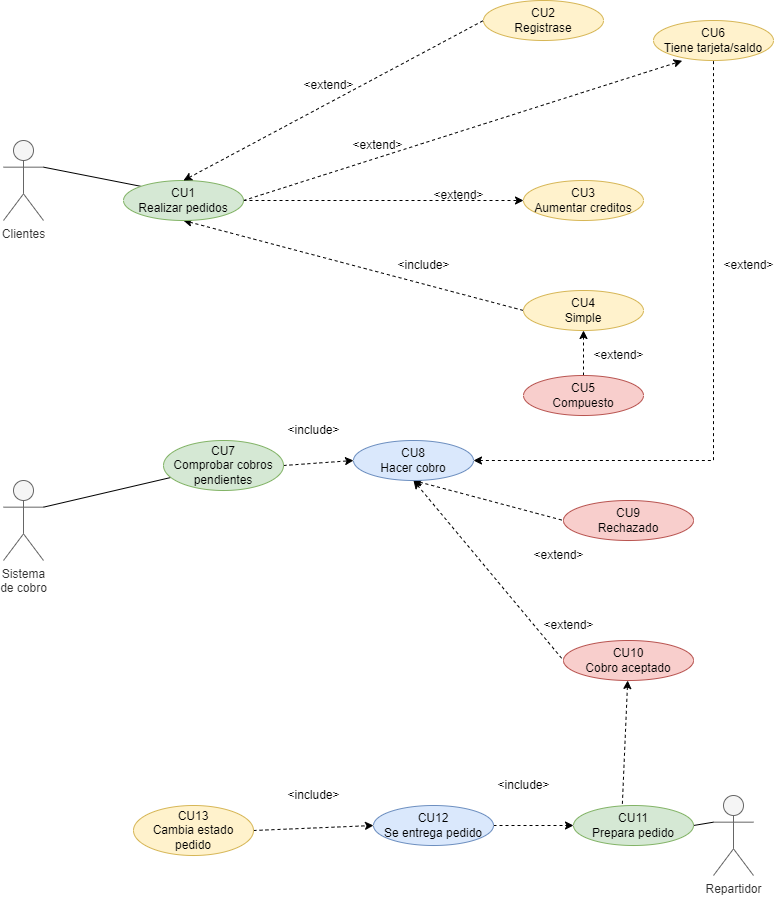
This is img/Tienda_virtual.drawio.png from Aeyoz/entornos-desarrollo, a draw.io export, as it was before one commit. Source tidied: cells renumbered, new cells last; positions are measured from the earlier drawing's top-left corner, leaving out a move shared by most shapes.
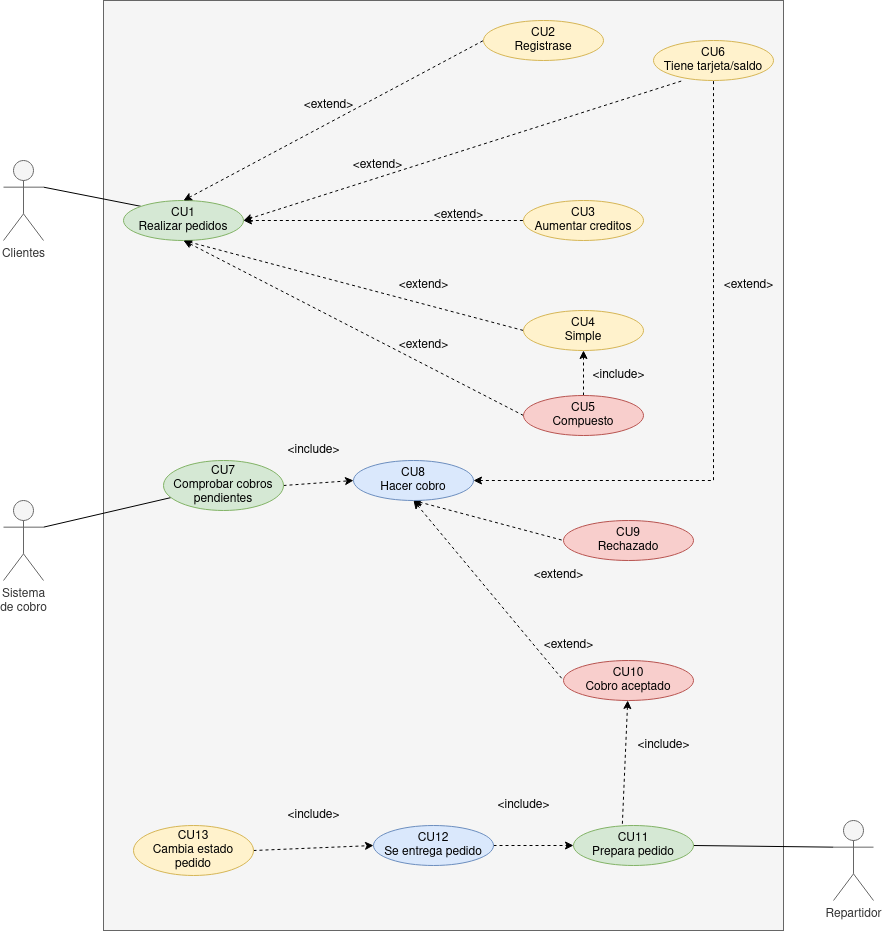
Above is the later version.

Diff of the diagram source:
```diff
@@ -2,6 +2,9 @@
   <root>
     <mxCell id="0" />
     <mxCell id="1" parent="0" />
+    <mxCell id="45" style="rounded=0;whiteSpace=wrap;html=1;fillColor=#f5f5f5;strokeColor=#666666;fontColor=#333333;" parent="1" vertex="1">
+      <mxGeometry x="100" y="-20" width="680" height="930" as="geometry" />
+    </mxCell>
     <mxCell id="2" style="rounded=0;jettySize=auto;html=1;exitX=1;exitY=0.3333333333333333;exitDx=0;exitDy=0;exitPerimeter=0;entryX=0;entryY=0;entryDx=0;entryDy=0;endArrow=none;endFill=0;" parent="1" edge="1" source="3" target="9">
       <mxGeometry relative="1" as="geometry" />
     </mxCell>
@@ -14,13 +17,13 @@
     <mxCell id="5" value="CU3&lt;br&gt;Aumentar creditos" style="ellipse;whiteSpace=wrap;html=1;fillColor=#fff2cc;strokeColor=#d6b656;" parent="1" vertex="1">
       <mxGeometry x="520" y="180" width="120" height="40" as="geometry" />
     </mxCell>
-    <mxCell id="6" style="edgeStyle=none;rounded=0;jettySize=auto;html=1;exitX=1;exitY=0.5;exitDx=0;exitDy=0;entryX=0.239;entryY=1.007;entryDx=0;entryDy=0;entryPerimeter=0;dashed=1;strokeColor=default;startArrow=none;startFill=0;endArrow=classic;endFill=1;" parent="1" edge="1" source="9" target="4">
+    <mxCell id="6" style="edgeStyle=none;rounded=0;jettySize=auto;html=1;exitX=1;exitY=0.5;exitDx=0;exitDy=0;entryX=0.239;entryY=1.007;entryDx=0;entryDy=0;entryPerimeter=0;dashed=1;strokeColor=default;startArrow=classic;startFill=1;endArrow=none;endFill=0;" parent="1" edge="1" source="9" target="4">
       <mxGeometry relative="1" as="geometry" />
     </mxCell>
     <mxCell id="7" style="edgeStyle=none;rounded=0;jettySize=auto;html=1;exitX=0.5;exitY=1;exitDx=0;exitDy=0;entryX=0;entryY=0.5;entryDx=0;entryDy=0;dashed=1;strokeColor=default;startArrow=classic;startFill=1;endArrow=none;endFill=0;" parent="1" edge="1" source="9" target="38">
       <mxGeometry relative="1" as="geometry" />
     </mxCell>
-    <mxCell id="8" style="edgeStyle=none;rounded=0;jettySize=auto;html=1;exitX=1;exitY=0.5;exitDx=0;exitDy=0;entryX=0;entryY=0.5;entryDx=0;entryDy=0;dashed=1;endArrow=classic;endFill=1;" parent="1" edge="1" source="9" target="5">
+    <mxCell id="8" style="edgeStyle=none;rounded=0;jettySize=auto;html=1;exitX=1;exitY=0.5;exitDx=0;exitDy=0;entryX=0;entryY=0.5;entryDx=0;entryDy=0;dashed=1;endArrow=none;endFill=0;startArrow=classic;startFill=1;" parent="1" edge="1" source="9" target="5">
       <mxGeometry relative="1" as="geometry" />
     </mxCell>
     <mxCell id="9" value="CU1&lt;br&gt;Realizar pedidos" style="ellipse;whiteSpace=wrap;html=1;fillColor=#d5e8d4;strokeColor=#82b366;" parent="1" vertex="1">
@@ -91,7 +94,7 @@
       <mxGeometry relative="1" as="geometry" />
     </mxCell>
     <mxCell id="30" value="Repartidor" style="shape=umlActor;verticalLabelPosition=bottom;verticalAlign=top;html=1;outlineConnect=0;fillColor=#f5f5f5;fontColor=#333333;strokeColor=#666666;" parent="1" vertex="1">
-      <mxGeometry x="710" y="795" width="40" height="80" as="geometry" />
+      <mxGeometry x="830" y="800" width="40" height="80" as="geometry" />
     </mxCell>
     <mxCell id="31" value="CU11&lt;br&gt;Prepara pedido" style="ellipse;whiteSpace=wrap;html=1;fillColor=#d5e8d4;strokeColor=#82b366;" parent="1" vertex="1">
       <mxGeometry x="570" y="805" width="120" height="40" as="geometry" />
@@ -120,20 +123,29 @@
     <mxCell id="39" style="edgeStyle=none;rounded=0;jettySize=auto;html=1;exitX=0.5;exitY=0;exitDx=0;exitDy=0;entryX=0.5;entryY=1;entryDx=0;entryDy=0;endArrow=classic;endFill=1;dashed=1;" parent="1" edge="1" source="40" target="38">
       <mxGeometry relative="1" as="geometry" />
     </mxCell>
+    <mxCell id="46" style="rounded=0;jettySize=auto;html=1;exitX=0;exitY=0.5;exitDx=0;exitDy=0;startArrow=none;startFill=0;endArrow=classic;endFill=1;entryX=0.5;entryY=1;entryDx=0;entryDy=0;dashed=1;" parent="1" edge="1" source="40" target="9">
+      <mxGeometry relative="1" as="geometry" />
+    </mxCell>
     <mxCell id="40" value="CU5&lt;br&gt;Compuesto" style="ellipse;whiteSpace=wrap;html=1;fillColor=#f8cecc;strokeColor=#b85450;" parent="1" vertex="1">
       <mxGeometry x="520" y="375" width="120" height="40" as="geometry" />
     </mxCell>
     <mxCell id="41" style="edgeStyle=none;rounded=0;orthogonalLoop=1;jettySize=auto;html=1;entryX=0.5;entryY=1;entryDx=0;entryDy=0;dashed=1;strokeColor=default;startArrow=classic;startFill=1;endArrow=none;endFill=0;" parent="1" edge="1" source="16" target="16">
       <mxGeometry relative="1" as="geometry" />
     </mxCell>
-    <mxCell id="42" value="&amp;lt;extend&amp;gt;" style="text;html=1;align=center;verticalAlign=middle;strokeColor=none;fillColor=none;" parent="1" vertex="1">
-      <mxGeometry x="580" y="340" width="70" height="30" as="geometry" />
+    <mxCell id="42" value="&amp;lt;include&amp;gt;" style="text;html=1;align=center;verticalAlign=middle;strokeColor=none;fillColor=none;" parent="1" vertex="1">
+      <mxGeometry x="575" y="340" width="80" height="30" as="geometry" />
     </mxCell>
-    <mxCell id="43" value="&amp;lt;include&amp;gt;" style="text;html=1;align=center;verticalAlign=middle;strokeColor=none;fillColor=none;" parent="1" vertex="1">
-      <mxGeometry x="380" y="250" width="80" height="30" as="geometry" />
+    <mxCell id="43" value="&amp;lt;extend&amp;gt;" style="text;html=1;align=center;verticalAlign=middle;strokeColor=none;fillColor=none;" parent="1" vertex="1">
+      <mxGeometry x="385" y="250" width="70" height="30" as="geometry" />
     </mxCell>
     <mxCell id="44" value="&amp;lt;extend&amp;gt;" style="text;html=1;align=center;verticalAlign=middle;strokeColor=none;fillColor=none;" parent="1" vertex="1">
       <mxGeometry x="420" y="180" width="70" height="30" as="geometry" />
     </mxCell>
+    <mxCell id="47" value="&amp;lt;extend&amp;gt;" style="text;html=1;align=center;verticalAlign=middle;strokeColor=none;fillColor=none;" parent="1" vertex="1">
+      <mxGeometry x="385" y="310" width="70" height="30" as="geometry" />
+    </mxCell>
+    <mxCell id="48" value="&amp;lt;include&amp;gt;" style="text;html=1;align=center;verticalAlign=middle;strokeColor=none;fillColor=none;" parent="1" vertex="1">
+      <mxGeometry x="620" y="710" width="80" height="30" as="geometry" />
+    </mxCell>
   </root>
 </mxGraphModel>
```
